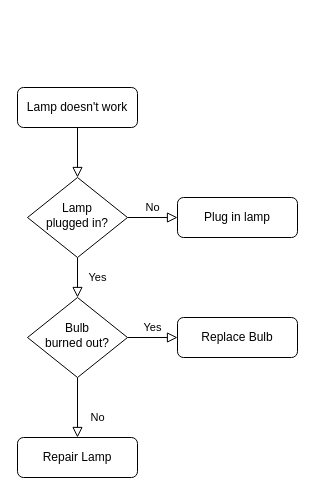
The draw.io diagram Untitled Diagram.drawio in Akash-k-p/flowcharts-and-stuff, before the edit. Source tidied: cells renumbered, new cells numbered last; positions are measured from the earlier drawing's top-left corner, leaving out a move shared by most shapes. Both pictures are drawn from the tidied source at 100%, with x=0, y=0 at pixel (17, 87).
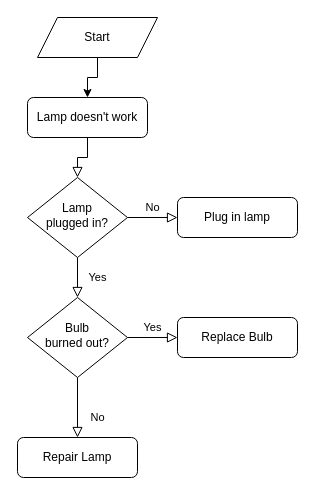
The same page after the edit.

The edit, as a diff of the source:
```diff
@@
 <mxGraphModel>
   <root>
     <mxCell id="0" />
     <mxCell id="1" parent="0" />
     <mxCell id="2" style="rounded=0;html=1;jettySize=auto;fontSize=11;endArrow=block;endFill=0;endSize=8;strokeWidth=1;shadow=0;labelBackgroundColor=none;edgeStyle=orthogonalEdgeStyle;" parent="1" edge="1" source="3" target="6">
       <mxGeometry relative="1" as="geometry" />
     </mxCell>
     <mxCell id="3" value="Lamp doesn't work" style="rounded=1;whiteSpace=wrap;html=1;fontSize=12;glass=0;strokeWidth=1;shadow=0;" parent="1" vertex="1">
-      <mxGeometry width="120" height="40" as="geometry" />
+      <mxGeometry x="10" y="10" width="120" height="40" as="geometry" />
     </mxCell>
     <mxCell id="4" value="Yes" style="rounded=0;html=1;jettySize=auto;fontSize=11;endArrow=block;endFill=0;endSize=8;strokeWidth=1;shadow=0;labelBackgroundColor=none;edgeStyle=orthogonalEdgeStyle;" parent="1" edge="1" source="6" target="10">
       <mxGeometry y="20" relative="1" as="geometry" />
     </mxCell>
     <mxCell id="5" value="No" style="edgeStyle=orthogonalEdgeStyle;rounded=0;html=1;jettySize=auto;fontSize=11;endArrow=block;endFill=0;endSize=8;strokeWidth=1;shadow=0;labelBackgroundColor=none;" parent="1" edge="1" source="6" target="7">
       <mxGeometry y="10" relative="1" as="geometry" />
     </mxCell>
     <mxCell id="6" value="Lamp&lt;br&gt;plugged in?" style="rhombus;whiteSpace=wrap;html=1;shadow=0;fontFamily=Helvetica;fontSize=12;align=center;strokeWidth=1;spacing=6;spacingTop=-4;" parent="1" vertex="1">
       <mxGeometry x="10" y="90" width="100" height="80" as="geometry" />
     </mxCell>
     <mxCell id="7" value="Plug in lamp" style="rounded=1;whiteSpace=wrap;html=1;fontSize=12;glass=0;strokeWidth=1;shadow=0;" parent="1" vertex="1">
       <mxGeometry x="160" y="110" width="120" height="40" as="geometry" />
     </mxCell>
     <mxCell id="8" value="No" style="rounded=0;html=1;jettySize=auto;fontSize=11;endArrow=block;endFill=0;endSize=8;strokeWidth=1;shadow=0;labelBackgroundColor=none;edgeStyle=orthogonalEdgeStyle;" parent="1" edge="1" source="10" target="11">
       <mxGeometry x="0.33" y="20" relative="1" as="geometry" />
     </mxCell>
     <mxCell id="9" value="Yes" style="edgeStyle=orthogonalEdgeStyle;rounded=0;html=1;jettySize=auto;fontSize=11;endArrow=block;endFill=0;endSize=8;strokeWidth=1;shadow=0;labelBackgroundColor=none;" parent="1" edge="1" source="10" target="12">
       <mxGeometry y="10" relative="1" as="geometry" />
     </mxCell>
     <mxCell id="10" value="Bulb&lt;br&gt;burned out?" style="rhombus;whiteSpace=wrap;html=1;shadow=0;fontFamily=Helvetica;fontSize=12;align=center;strokeWidth=1;spacing=6;spacingTop=-4;" parent="1" vertex="1">
       <mxGeometry x="10" y="210" width="100" height="80" as="geometry" />
     </mxCell>
     <mxCell id="11" value="Repair Lamp" style="rounded=1;whiteSpace=wrap;html=1;fontSize=12;glass=0;strokeWidth=1;shadow=0;" parent="1" vertex="1">
       <mxGeometry y="350" width="120" height="40" as="geometry" />
     </mxCell>
     <mxCell id="12" value="Replace Bulb" style="rounded=1;whiteSpace=wrap;html=1;fontSize=12;glass=0;strokeWidth=1;shadow=0;" parent="1" vertex="1">
       <mxGeometry x="160" y="230" width="120" height="40" as="geometry" />
     </mxCell>
+    <mxCell id="13" style="edgeStyle=orthogonalEdgeStyle;rounded=0;jettySize=auto;html=1;" parent="1" edge="1" source="14" target="3">
+      <mxGeometry relative="1" as="geometry" />
+    </mxCell>
+    <mxCell id="14" value="Start" style="shape=parallelogram;perimeter=parallelogramPerimeter;whiteSpace=wrap;html=1;fixedSize=1;" parent="1" vertex="1">
+      <mxGeometry x="20" y="-70" width="120" height="40" as="geometry" />
+    </mxCell>
   </root>
 </mxGraphModel>
```
